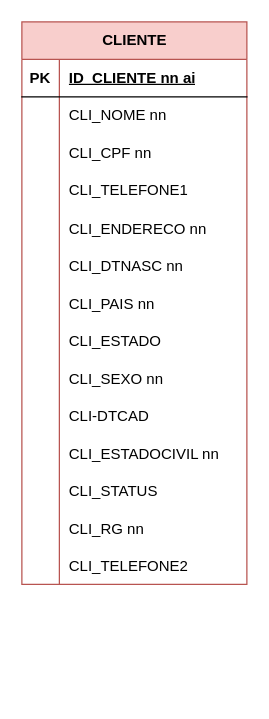
The draw.io diagram TCC-Copperton/Diagrama sem nome.drawio in saintplis/TCC-Copperton, before the edit. Source tidied: cells renumbered, new cells numbered last; positions are measured from the earlier drawing's top-left corner, leaving out a move shared by most shapes. Both pictures are drawn from the tidied source at 125%, with x=0, y=0 at pixel (21, 21).
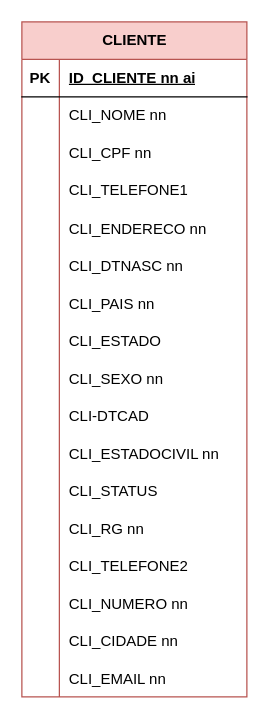
Above is the later version.

Commit message:
DB Diagram - Copperton Beta 1.0

What changed in the source:
```diff
@@
     <mxCell id="2" value="CLIENTE" style="shape=table;startSize=30;childLayout=tableLayout;rowLines=0;fontStyle=1;align=center;html=1;fillColor=#f8cecc;strokeColor=#b85450;" parent="1" vertex="1">
-      <mxGeometry width="180" height="450" as="geometry" />
+      <mxGeometry width="180" height="540" as="geometry" />
     </mxCell>
@@
+    <mxCell id="45" style="shape=tableRow;horizontal=0;startSize=0;swimlaneHead=0;swimlaneBody=0;fillColor=none;top=0;left=0;right=0;bottom=0;" parent="2" vertex="1">
+      <mxGeometry y="450" width="180" height="30" as="geometry" />
+    </mxCell>
+    <mxCell id="46" style="shape=partialRectangle;fillColor=none;top=0;left=0;bottom=0;right=0;overflow=hidden;" parent="45" vertex="1">
+      <mxGeometry width="30" height="30" as="geometry" />
+    </mxCell>
+    <mxCell id="47" value="CLI_NUMERO nn" style="shape=partialRectangle;fillColor=none;top=0;left=0;bottom=0;right=0;align=left;spacingLeft=6;overflow=hidden;" parent="45" vertex="1">
+      <mxGeometry x="30" width="150" height="30" as="geometry" />
+    </mxCell>
+    <mxCell id="48" style="shape=tableRow;horizontal=0;startSize=0;swimlaneHead=0;swimlaneBody=0;fillColor=none;top=0;left=0;right=0;bottom=0;" parent="2" vertex="1">
+      <mxGeometry y="480" width="180" height="30" as="geometry" />
+    </mxCell>
+    <mxCell id="49" style="shape=partialRectangle;fillColor=none;top=0;left=0;bottom=0;right=0;overflow=hidden;" parent="48" vertex="1">
+      <mxGeometry width="30" height="30" as="geometry" />
+    </mxCell>
+    <mxCell id="50" value="CLI_CIDADE nn" style="shape=partialRectangle;fillColor=none;top=0;left=0;bottom=0;right=0;align=left;spacingLeft=6;overflow=hidden;" parent="48" vertex="1">
+      <mxGeometry x="30" width="150" height="30" as="geometry" />
+    </mxCell>
+    <mxCell id="51" style="shape=tableRow;horizontal=0;startSize=0;swimlaneHead=0;swimlaneBody=0;fillColor=none;top=0;left=0;right=0;bottom=0;" parent="2" vertex="1">
+      <mxGeometry y="510" width="180" height="30" as="geometry" />
+    </mxCell>
+    <mxCell id="52" style="shape=partialRectangle;fillColor=none;top=0;left=0;bottom=0;right=0;overflow=hidden;" parent="51" vertex="1">
+      <mxGeometry width="30" height="30" as="geometry" />
+    </mxCell>
+    <mxCell id="53" value="CLI_EMAIL nn" style="shape=partialRectangle;fillColor=none;top=0;left=0;bottom=0;right=0;align=left;spacingLeft=6;overflow=hidden;" parent="51" vertex="1">
+      <mxGeometry x="30" width="150" height="30" as="geometry" />
+    </mxCell>
```
